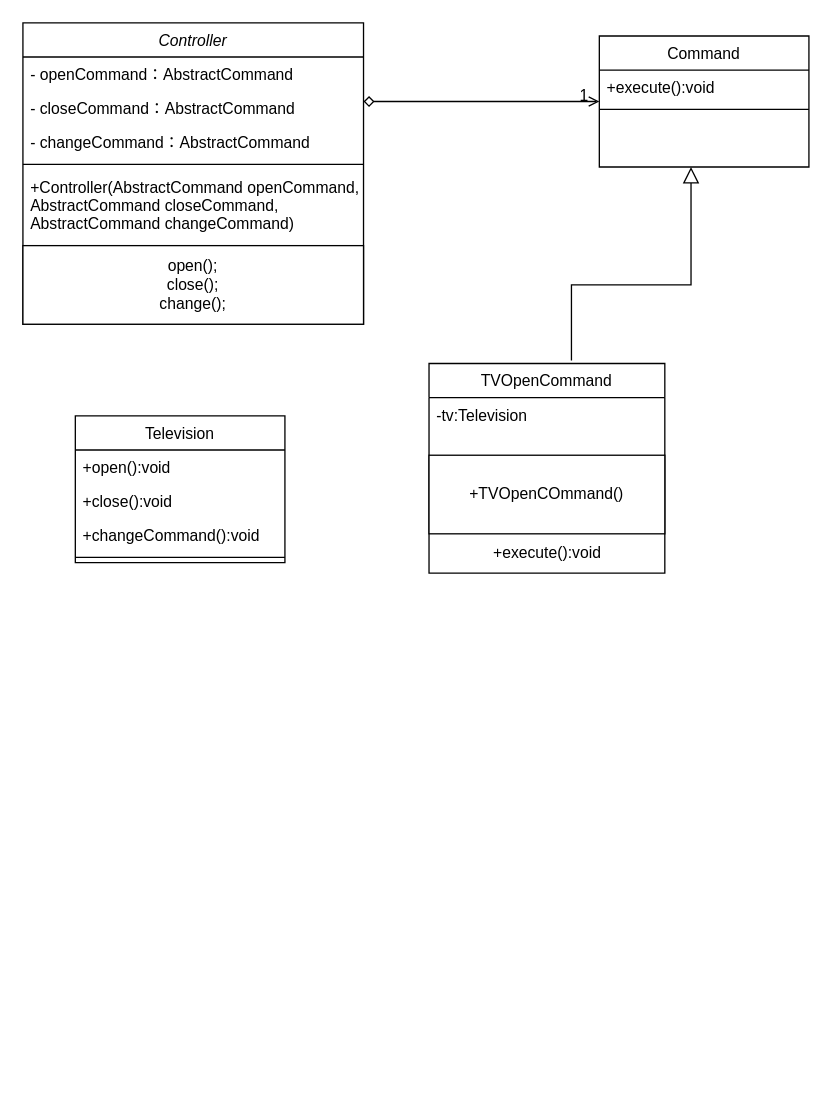
Before: 软件设计第四章.drawio in ArexdOr/ImgBed, a draw.io diagram. Source tidied: cells renumbered, new cells numbered last; positions are measured from the earlier drawing's top-left corner, leaving out a move shared by most shapes. Both pictures are drawn from the tidied source at 131%, with x=0, y=0 at pixel (22, 22).
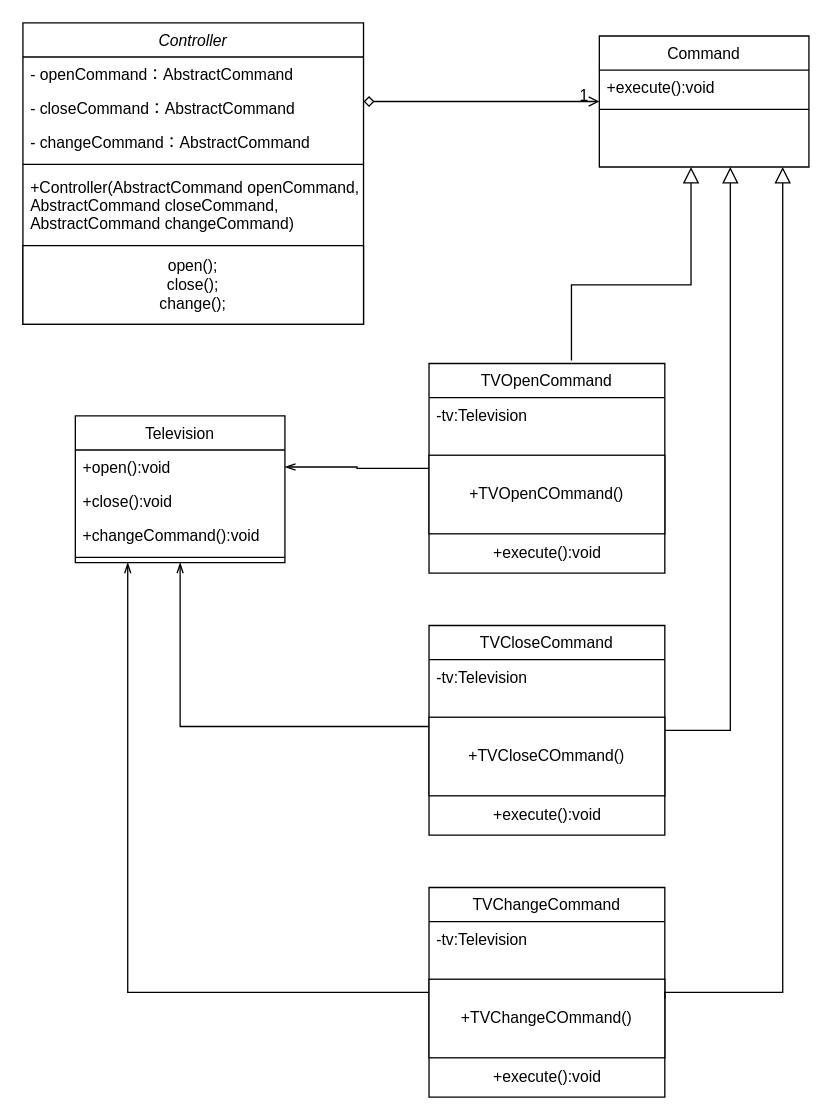
The same page after the edit.

Commit message (it also covers changes not shown here):
更新软件设计第四章.drawio

Unchanged cells that the change refers to:
```xml
<mxCell id="9" value="Television" style="swimlane;fontStyle=0;align=center;verticalAlign=top;horizontal=1;startSize=26;rounded=0;shadow=0;strokeWidth=1;" parent="1" vertex="1">
  <mxGeometry x="40" y="300" width="160" height="112" as="geometry" />
</mxCell>
<mxCell id="10" value="+open():void" style="text;align=left;verticalAlign=top;spacingLeft=4;spacingRight=4;overflow=hidden;points=[[0,0.5],[1,0.5]];portConstraint=eastwest;" parent="9" vertex="1">
  <mxGeometry y="26" width="160" height="26" as="geometry" />
</mxCell>
<mxCell id="20" value="TVOpenCommand" style="swimlane;fontStyle=0;align=center;verticalAlign=top;horizontal=1;startSize=26;rounded=0;shadow=0;strokeWidth=1;" parent="1" vertex="1">
  <mxGeometry x="310" y="260" width="180" height="160" as="geometry" />
</mxCell>
```

Diff of the diagram source:
```diff
@@
+    <mxCell id="25" style="edgeStyle=orthogonalEdgeStyle;rounded=0;jettySize=auto;html=1;startArrow=none;startFill=0;endArrow=openThin;endFill=0;sourcePerimeterSpacing=0;" parent="1" edge="1" source="20" target="10">
+      <mxGeometry relative="1" as="geometry" />
+    </mxCell>
@@
+    <mxCell id="26" value="TVCloseCommand" style="swimlane;fontStyle=0;align=center;verticalAlign=top;horizontal=1;startSize=26;rounded=0;shadow=0;strokeWidth=1;" parent="1" vertex="1">
+      <mxGeometry x="310" y="460" width="180" height="160" as="geometry" />
+    </mxCell>
+    <mxCell id="27" value="-tv:Television" style="text;align=left;verticalAlign=top;spacingLeft=4;spacingRight=4;overflow=hidden;" parent="26" vertex="1">
+      <mxGeometry y="26" width="180" height="44" as="geometry" />
+    </mxCell>
+    <mxCell id="28" style="line;html=1;strokeWidth=1;align=left;verticalAlign=middle;spacingTop=-1;spacingLeft=3;spacingRight=3;labelPosition=right;" parent="26" vertex="1">
+      <mxGeometry y="70" width="180" as="geometry" />
+    </mxCell>
+    <mxCell id="29" value="&lt;span style=&quot;text-align: left;&quot;&gt;+TVCloseCOmmand()&lt;/span&gt;" style="whiteSpace=wrap;html=1;" parent="26" vertex="1">
+      <mxGeometry y="70" width="180" height="60" as="geometry" />
+    </mxCell>
+    <mxCell id="30" value="+execute():void" style="text;html=1;align=center;verticalAlign=middle;strokeColor=none;fillColor=none;" parent="26" vertex="1">
+      <mxGeometry y="130" width="180" height="30" as="geometry" />
+    </mxCell>
+    <mxCell id="31" style="edgeStyle=orthogonalEdgeStyle;rounded=0;jettySize=auto;html=1;startArrow=none;startFill=0;endArrow=openThin;endFill=0;sourcePerimeterSpacing=0;exitX=-0.001;exitY=0.118;exitDx=0;exitDy=0;exitPerimeter=0;entryX=0.5;entryY=1;entryDx=0;entryDy=0;" parent="1" edge="1" source="29" target="9">
+      <mxGeometry relative="1" as="geometry" />
+    </mxCell>
+    <mxCell id="32" style="endArrow=block;endSize=10;endFill=0;shadow=0;strokeWidth=1;rounded=0;edgeStyle=elbowEdgeStyle;elbow=vertical;exitX=1;exitY=0.5;exitDx=0;exitDy=0;" parent="1" edge="1" source="26">
+      <mxGeometry relative="1" as="geometry">
+        <mxPoint x="540" y="110" as="targetPoint" />
+        <Array as="points">
+          <mxPoint x="560" y="540" />
+        </Array>
+      </mxGeometry>
+    </mxCell>
+    <mxCell id="33" value="TVChangeCommand" style="swimlane;fontStyle=0;align=center;verticalAlign=top;horizontal=1;startSize=26;rounded=0;shadow=0;strokeWidth=1;" parent="1" vertex="1">
+      <mxGeometry x="310" y="660" width="180" height="160" as="geometry" />
+    </mxCell>
+    <mxCell id="34" value="-tv:Television" style="text;align=left;verticalAlign=top;spacingLeft=4;spacingRight=4;overflow=hidden;" parent="33" vertex="1">
+      <mxGeometry y="26" width="180" height="44" as="geometry" />
+    </mxCell>
+    <mxCell id="35" style="line;html=1;strokeWidth=1;align=left;verticalAlign=middle;spacingTop=-1;spacingLeft=3;spacingRight=3;labelPosition=right;" parent="33" vertex="1">
+      <mxGeometry y="70" width="180" as="geometry" />
+    </mxCell>
+    <mxCell id="36" value="&lt;span style=&quot;text-align: left;&quot;&gt;+TVChangeCOmmand()&lt;/span&gt;" style="whiteSpace=wrap;html=1;" parent="33" vertex="1">
+      <mxGeometry y="70" width="180" height="60" as="geometry" />
+    </mxCell>
+    <mxCell id="37" value="+execute():void" style="text;html=1;align=center;verticalAlign=middle;strokeColor=none;fillColor=none;" parent="33" vertex="1">
+      <mxGeometry y="130" width="180" height="30" as="geometry" />
+    </mxCell>
+    <mxCell id="38" style="edgeStyle=orthogonalEdgeStyle;rounded=0;jettySize=auto;html=1;startArrow=none;startFill=0;endArrow=openThin;endFill=0;sourcePerimeterSpacing=0;entryX=0.25;entryY=1;entryDx=0;entryDy=0;" parent="1" edge="1" target="9">
+      <mxGeometry relative="1" as="geometry">
+        <mxPoint x="310" y="740" as="sourcePoint" />
+        <Array as="points">
+          <mxPoint x="80" y="740" />
+        </Array>
+      </mxGeometry>
+    </mxCell>
+    <mxCell id="39" style="endArrow=block;endSize=10;endFill=0;shadow=0;strokeWidth=1;rounded=0;edgeStyle=elbowEdgeStyle;elbow=vertical;exitX=1;exitY=0.25;exitDx=0;exitDy=0;" parent="1" edge="1" source="36">
+      <mxGeometry relative="1" as="geometry">
+        <mxPoint x="580" y="110" as="targetPoint" />
+        <Array as="points">
+          <mxPoint x="565" y="740" />
+        </Array>
+      </mxGeometry>
+    </mxCell>
```
